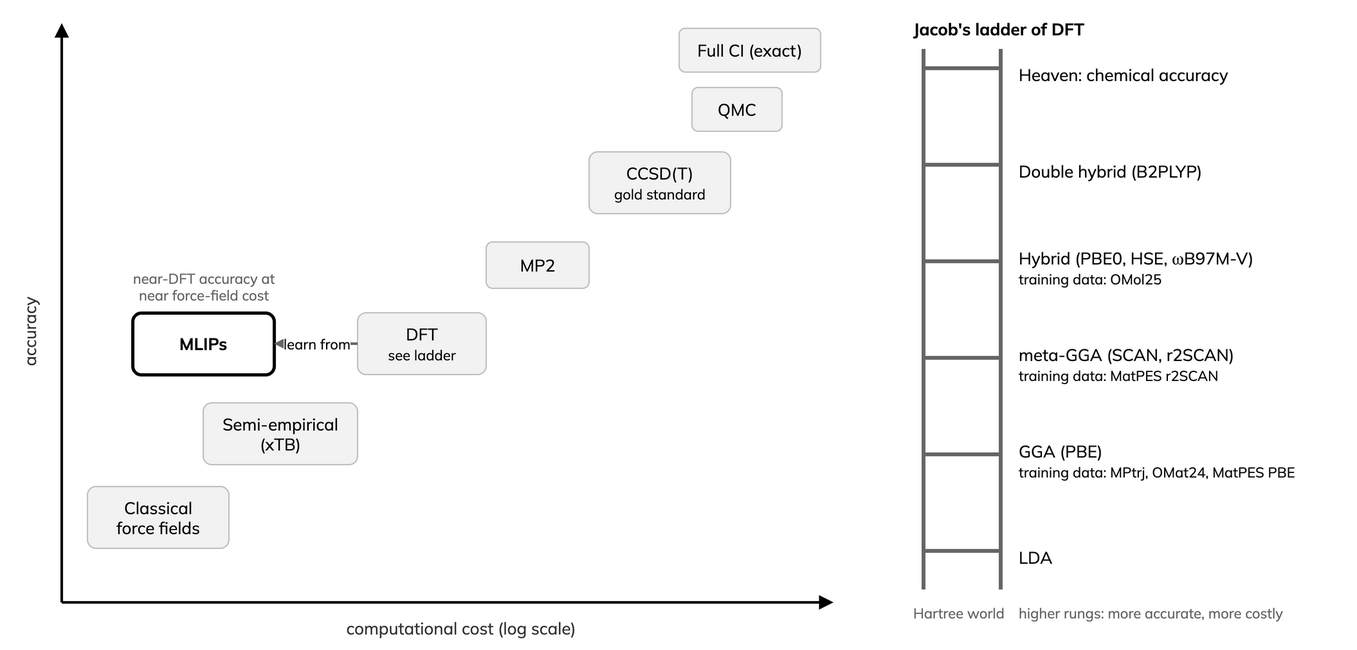
The draw.io diagram _static/accuracy-ladder.drawio.png in ENCCS/mlip-hands-on, before a commit. Source tidied: cells renumbered, new cells last; positions are measured from the earlier drawing's top-left corner, leaving out a move shared by most shapes. Its diagram source:
```xml
<mxGraphModel>
  <root>
    <mxCell id="0" />
    <mxCell id="1" parent="0" />
    <mxCell id="2" style="endArrow=block;endFill=1;strokeColor=#000000;strokeWidth=2;html=1;" parent="1" edge="1">
      <mxGeometry relative="1" as="geometry">
        <mxPoint x="40" y="460" as="sourcePoint" />
        <mxPoint x="40" y="10" as="targetPoint" />
      </mxGeometry>
    </mxCell>
    <mxCell id="3" style="endArrow=block;endFill=1;strokeColor=#000000;strokeWidth=2;html=1;" parent="1" edge="1">
      <mxGeometry relative="1" as="geometry">
        <mxPoint x="40" y="460" as="sourcePoint" />
        <mxPoint x="640" y="460" as="targetPoint" />
      </mxGeometry>
    </mxCell>
    <mxCell id="4" value="accuracy" style="text;html=1;horizontal=0;align=center;verticalAlign=middle;fontColor=#333333;fontFamily=Mulish;fontSize=13;" parent="1" vertex="1">
      <mxGeometry y="190" width="30" height="120" as="geometry" />
    </mxCell>
    <mxCell id="5" value="computational cost (log scale)" style="text;html=1;align=center;verticalAlign=middle;fontColor=#333333;fontFamily=Mulish;fontSize=13;" parent="1" vertex="1">
      <mxGeometry x="220" y="468" width="260" height="24" as="geometry" />
    </mxCell>
    <mxCell id="6" value="Classical&lt;br&gt;force fields" style="rounded=1;arcSize=14;whiteSpace=wrap;html=1;fillColor=#F2F2F2;strokeColor=#BFBFBF;align=center;fontFamily=Mulish;fontSize=13;" parent="1" vertex="1">
      <mxGeometry x="60" y="370" width="110" height="48" as="geometry" />
    </mxCell>
    <mxCell id="7" value="Semi-empirical&lt;br&gt;(xTB)" style="rounded=1;arcSize=14;whiteSpace=wrap;html=1;fillColor=#F2F2F2;strokeColor=#BFBFBF;align=center;fontFamily=Mulish;fontSize=13;" parent="1" vertex="1">
      <mxGeometry x="150" y="305" width="120" height="48" as="geometry" />
    </mxCell>
    <mxCell id="8" value="DFT&lt;br&gt;&lt;span style='font-size:11px'&gt;see ladder&lt;/span&gt;" style="rounded=1;arcSize=14;whiteSpace=wrap;html=1;fillColor=#F2F2F2;strokeColor=#BFBFBF;align=center;fontFamily=Mulish;fontSize=13;" parent="1" vertex="1">
      <mxGeometry x="270" y="235" width="100" height="48" as="geometry" />
    </mxCell>
    <mxCell id="9" value="MP2" style="rounded=1;arcSize=14;whiteSpace=wrap;html=1;fillColor=#F2F2F2;strokeColor=#BFBFBF;align=center;fontFamily=Mulish;fontSize=13;" parent="1" vertex="1">
      <mxGeometry x="370" y="180" width="80" height="36" as="geometry" />
    </mxCell>
    <mxCell id="10" value="CCSD(T)&lt;br&gt;&lt;span style='font-size:11px'&gt;gold standard&lt;/span&gt;" style="rounded=1;arcSize=14;whiteSpace=wrap;html=1;fillColor=#F2F2F2;strokeColor=#BFBFBF;align=center;fontFamily=Mulish;fontSize=13;" parent="1" vertex="1">
      <mxGeometry x="450" y="110" width="110" height="48" as="geometry" />
    </mxCell>
    <mxCell id="11" value="QMC" style="rounded=1;arcSize=14;whiteSpace=wrap;html=1;fillColor=#F2F2F2;strokeColor=#BFBFBF;align=center;fontFamily=Mulish;fontSize=13;" parent="1" vertex="1">
      <mxGeometry x="530" y="60" width="70" height="34" as="geometry" />
    </mxCell>
    <mxCell id="12" value="Full CI (exact)" style="rounded=1;arcSize=14;whiteSpace=wrap;html=1;fillColor=#F2F2F2;strokeColor=#BFBFBF;align=center;fontFamily=Mulish;fontSize=13;" parent="1" vertex="1">
      <mxGeometry x="520" y="14" width="110" height="34" as="geometry" />
    </mxCell>
    <mxCell id="13" value="MLIPs" style="rounded=1;arcSize=14;whiteSpace=wrap;html=1;fillColor=#FFFFFF;strokeColor=#000000;strokeWidth=2.5;fontStyle=1;align=center;fontFamily=Mulish;fontSize=13;" parent="1" vertex="1">
      <mxGeometry x="95" y="235" width="110" height="48" as="geometry" />
    </mxCell>
    <mxCell id="14" value="learn from" style="endArrow=block;endFill=1;strokeColor=#666666;strokeWidth=2;dashed=1;html=1;fontSize=11;fontFamily=Mulish;" parent="1" edge="1">
      <mxGeometry relative="1" as="geometry">
        <mxPoint x="270" y="259" as="sourcePoint" />
        <mxPoint x="205" y="259" as="targetPoint" />
      </mxGeometry>
    </mxCell>
    <mxCell id="15" value="near-DFT accuracy at&lt;br&gt;near force-field cost" style="text;html=1;align=center;fontSize=11;fontColor=#666666;fontFamily=Mulish;" parent="1" vertex="1">
      <mxGeometry x="75" y="195" width="150" height="36" as="geometry" />
    </mxCell>
    <mxCell id="16" value="Jacob's ladder of DFT" style="text;html=1;align=left;fontStyle=1;fontFamily=Mulish;fontSize=13;" parent="1" vertex="1">
      <mxGeometry x="700" width="330" height="24" as="geometry" />
    </mxCell>
    <mxCell id="17" style="endArrow=none;strokeColor=#666666;strokeWidth=3;" parent="1" edge="1">
      <mxGeometry relative="1" as="geometry">
        <mxPoint x="710" y="30" as="sourcePoint" />
        <mxPoint x="710" y="450" as="targetPoint" />
      </mxGeometry>
    </mxCell>
    <mxCell id="18" style="endArrow=none;strokeColor=#666666;strokeWidth=3;" parent="1" edge="1">
      <mxGeometry relative="1" as="geometry">
        <mxPoint x="770" y="30" as="sourcePoint" />
        <mxPoint x="770" y="450" as="targetPoint" />
      </mxGeometry>
    </mxCell>
    <mxCell id="19" style="endArrow=none;strokeColor=#666666;strokeWidth=3;" parent="1" edge="1">
      <mxGeometry relative="1" as="geometry">
        <mxPoint x="710" y="45" as="sourcePoint" />
        <mxPoint x="770" y="45" as="targetPoint" />
      </mxGeometry>
    </mxCell>
    <mxCell id="20" value="Heaven: chemical accuracy" style="text;html=1;align=left;verticalAlign=middle;fontFamily=Mulish;fontSize=13;" parent="1" vertex="1">
      <mxGeometry x="782" y="30" width="260" height="40" as="geometry" />
    </mxCell>
    <mxCell id="21" style="endArrow=none;strokeColor=#666666;strokeWidth=3;" parent="1" edge="1">
      <mxGeometry relative="1" as="geometry">
        <mxPoint x="710" y="120" as="sourcePoint" />
        <mxPoint x="770" y="120" as="targetPoint" />
      </mxGeometry>
    </mxCell>
    <mxCell id="22" value="Double hybrid (B2PLYP)" style="text;html=1;align=left;verticalAlign=middle;fontFamily=Mulish;fontSize=13;" parent="1" vertex="1">
      <mxGeometry x="782" y="105" width="260" height="40" as="geometry" />
    </mxCell>
    <mxCell id="23" style="endArrow=none;strokeColor=#666666;strokeWidth=3;" parent="1" edge="1">
      <mxGeometry relative="1" as="geometry">
        <mxPoint x="710" y="195" as="sourcePoint" />
        <mxPoint x="770" y="195" as="targetPoint" />
      </mxGeometry>
    </mxCell>
    <mxCell id="24" value="Hybrid (PBE0, HSE, ωB97M-V)&lt;br&gt;&lt;span style='font-size:11px;color:#000000'&gt;training data: OMol25&lt;/span&gt;" style="text;html=1;align=left;verticalAlign=middle;fontFamily=Mulish;fontSize=13;" parent="1" vertex="1">
      <mxGeometry x="782" y="180" width="260" height="40" as="geometry" />
    </mxCell>
    <mxCell id="25" style="endArrow=none;strokeColor=#666666;strokeWidth=3;" parent="1" edge="1">
      <mxGeometry relative="1" as="geometry">
        <mxPoint x="710" y="270" as="sourcePoint" />
        <mxPoint x="770" y="270" as="targetPoint" />
      </mxGeometry>
    </mxCell>
    <mxCell id="26" value="meta-GGA (SCAN, r2SCAN)&lt;br&gt;&lt;span style='font-size:11px;color:#000000'&gt;training data: MatPES r2SCAN&lt;/span&gt;" style="text;html=1;align=left;verticalAlign=middle;fontFamily=Mulish;fontSize=13;" parent="1" vertex="1">
      <mxGeometry x="782" y="255" width="260" height="40" as="geometry" />
    </mxCell>
    <mxCell id="27" style="endArrow=none;strokeColor=#666666;strokeWidth=3;" parent="1" edge="1">
      <mxGeometry relative="1" as="geometry">
        <mxPoint x="710" y="345" as="sourcePoint" />
        <mxPoint x="770" y="345" as="targetPoint" />
      </mxGeometry>
    </mxCell>
    <mxCell id="28" value="GGA (PBE)&lt;br&gt;&lt;span style='font-size:11px;color:#000000'&gt;training data: MPtrj, OMat24, MatPES PBE&lt;/span&gt;" style="text;html=1;align=left;verticalAlign=middle;fontFamily=Mulish;fontSize=13;" parent="1" vertex="1">
      <mxGeometry x="782" y="330" width="260" height="40" as="geometry" />
    </mxCell>
    <mxCell id="29" style="endArrow=none;strokeColor=#666666;strokeWidth=3;" parent="1" edge="1">
      <mxGeometry relative="1" as="geometry">
        <mxPoint x="710" y="420" as="sourcePoint" />
        <mxPoint x="770" y="420" as="targetPoint" />
      </mxGeometry>
    </mxCell>
    <mxCell id="30" value="LDA" style="text;html=1;align=left;verticalAlign=middle;fontFamily=Mulish;fontSize=13;" parent="1" vertex="1">
      <mxGeometry x="782" y="405" width="260" height="40" as="geometry" />
    </mxCell>
    <mxCell id="31" value="Hartree world" style="text;html=1;align=left;fontSize=11;fontColor=#666666;fontFamily=Mulish;" parent="1" vertex="1">
      <mxGeometry x="700" y="455" width="120" height="22" as="geometry" />
    </mxCell>
    <mxCell id="32" value="higher rungs: more accurate, more costly" style="text;html=1;align=left;fontSize=11;fontColor=#666666;fontFamily=Mulish;" parent="1" vertex="1">
      <mxGeometry x="782" y="455" width="260" height="22" as="geometry" />
    </mxCell>
  </root>
</mxGraphModel>
```
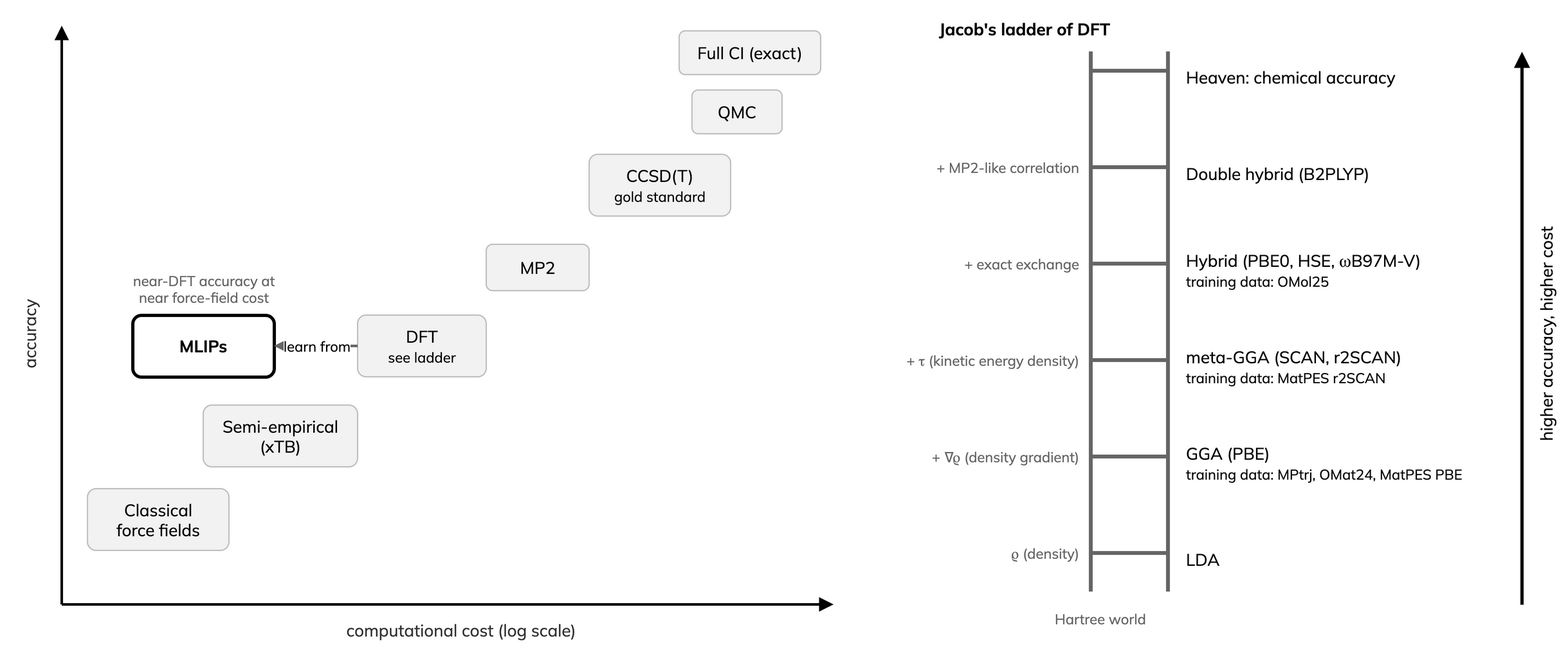
After the change.

Commit message:
Add accuracy arrow and rung ingredients to ladder

What changed in the source:
```diff
@@ -54,79 +54,100 @@
       <mxGeometry x="75" y="195" width="150" height="36" as="geometry" />
     </mxCell>
     <mxCell id="16" value="Jacob's ladder of DFT" style="text;html=1;align=left;fontStyle=1;fontFamily=Mulish;fontSize=13;" parent="1" vertex="1">
-      <mxGeometry x="700" width="330" height="24" as="geometry" />
+      <mxGeometry x="720" y="-2" width="330" height="24" as="geometry" />
     </mxCell>
     <mxCell id="17" style="endArrow=none;strokeColor=#666666;strokeWidth=3;" parent="1" edge="1">
       <mxGeometry relative="1" as="geometry">
-        <mxPoint x="710" y="30" as="sourcePoint" />
-        <mxPoint x="710" y="450" as="targetPoint" />
+        <mxPoint x="840" y="30" as="sourcePoint" />
+        <mxPoint x="840" y="450" as="targetPoint" />
       </mxGeometry>
     </mxCell>
     <mxCell id="18" style="endArrow=none;strokeColor=#666666;strokeWidth=3;" parent="1" edge="1">
       <mxGeometry relative="1" as="geometry">
-        <mxPoint x="770" y="30" as="sourcePoint" />
-        <mxPoint x="770" y="450" as="targetPoint" />
+        <mxPoint x="900" y="30" as="sourcePoint" />
+        <mxPoint x="900" y="450" as="targetPoint" />
       </mxGeometry>
     </mxCell>
     <mxCell id="19" style="endArrow=none;strokeColor=#666666;strokeWidth=3;" parent="1" edge="1">
       <mxGeometry relative="1" as="geometry">
-        <mxPoint x="710" y="45" as="sourcePoint" />
-        <mxPoint x="770" y="45" as="targetPoint" />
+        <mxPoint x="840" y="45" as="sourcePoint" />
+        <mxPoint x="900" y="45" as="targetPoint" />
       </mxGeometry>
     </mxCell>
     <mxCell id="20" value="Heaven: chemical accuracy" style="text;html=1;align=left;verticalAlign=middle;fontFamily=Mulish;fontSize=13;" parent="1" vertex="1">
-      <mxGeometry x="782" y="30" width="260" height="40" as="geometry" />
+      <mxGeometry x="912" y="30" width="250" height="40" as="geometry" />
     </mxCell>
     <mxCell id="21" style="endArrow=none;strokeColor=#666666;strokeWidth=3;" parent="1" edge="1">
       <mxGeometry relative="1" as="geometry">
-        <mxPoint x="710" y="120" as="sourcePoint" />
-        <mxPoint x="770" y="120" as="targetPoint" />
+        <mxPoint x="840" y="120" as="sourcePoint" />
+        <mxPoint x="900" y="120" as="targetPoint" />
       </mxGeometry>
     </mxCell>
     <mxCell id="22" value="Double hybrid (B2PLYP)" style="text;html=1;align=left;verticalAlign=middle;fontFamily=Mulish;fontSize=13;" parent="1" vertex="1">
-      <mxGeometry x="782" y="105" width="260" height="40" as="geometry" />
+      <mxGeometry x="912" y="105" width="250" height="40" as="geometry" />
     </mxCell>
+    <mxCell id="33" value="+ MP2-like correlation" style="text;html=1;align=right;verticalAlign=middle;fontSize=11;fontColor=#666666;fontFamily=Mulish;" parent="1" vertex="1">
+      <mxGeometry x="680" y="105" width="152" height="30" as="geometry" />
+    </mxCell>
     <mxCell id="23" style="endArrow=none;strokeColor=#666666;strokeWidth=3;" parent="1" edge="1">
       <mxGeometry relative="1" as="geometry">
-        <mxPoint x="710" y="195" as="sourcePoint" />
-        <mxPoint x="770" y="195" as="targetPoint" />
+        <mxPoint x="840" y="195" as="sourcePoint" />
+        <mxPoint x="900" y="195" as="targetPoint" />
       </mxGeometry>
     </mxCell>
     <mxCell id="24" value="Hybrid (PBE0, HSE, ωB97M-V)&lt;br&gt;&lt;span style='font-size:11px;color:#000000'&gt;training data: OMol25&lt;/span&gt;" style="text;html=1;align=left;verticalAlign=middle;fontFamily=Mulish;fontSize=13;" parent="1" vertex="1">
-      <mxGeometry x="782" y="180" width="260" height="40" as="geometry" />
+      <mxGeometry x="912" y="180" width="250" height="40" as="geometry" />
     </mxCell>
+    <mxCell id="34" value="+ exact exchange" style="text;html=1;align=right;verticalAlign=middle;fontSize=11;fontColor=#666666;fontFamily=Mulish;" parent="1" vertex="1">
+      <mxGeometry x="680" y="180" width="152" height="30" as="geometry" />
+    </mxCell>
     <mxCell id="25" style="endArrow=none;strokeColor=#666666;strokeWidth=3;" parent="1" edge="1">
       <mxGeometry relative="1" as="geometry">
-        <mxPoint x="710" y="270" as="sourcePoint" />
-        <mxPoint x="770" y="270" as="targetPoint" />
+        <mxPoint x="840" y="270" as="sourcePoint" />
+        <mxPoint x="900" y="270" as="targetPoint" />
       </mxGeometry>
     </mxCell>
     <mxCell id="26" value="meta-GGA (SCAN, r2SCAN)&lt;br&gt;&lt;span style='font-size:11px;color:#000000'&gt;training data: MatPES r2SCAN&lt;/span&gt;" style="text;html=1;align=left;verticalAlign=middle;fontFamily=Mulish;fontSize=13;" parent="1" vertex="1">
-      <mxGeometry x="782" y="255" width="260" height="40" as="geometry" />
+      <mxGeometry x="912" y="255" width="250" height="40" as="geometry" />
     </mxCell>
+    <mxCell id="35" value="+ τ (kinetic energy density)" style="text;html=1;align=right;verticalAlign=middle;fontSize=11;fontColor=#666666;fontFamily=Mulish;" parent="1" vertex="1">
+      <mxGeometry x="680" y="255" width="152" height="30" as="geometry" />
+    </mxCell>
     <mxCell id="27" style="endArrow=none;strokeColor=#666666;strokeWidth=3;" parent="1" edge="1">
       <mxGeometry relative="1" as="geometry">
-        <mxPoint x="710" y="345" as="sourcePoint" />
-        <mxPoint x="770" y="345" as="targetPoint" />
+        <mxPoint x="840" y="345" as="sourcePoint" />
+        <mxPoint x="900" y="345" as="targetPoint" />
       </mxGeometry>
     </mxCell>
     <mxCell id="28" value="GGA (PBE)&lt;br&gt;&lt;span style='font-size:11px;color:#000000'&gt;training data: MPtrj, OMat24, MatPES PBE&lt;/span&gt;" style="text;html=1;align=left;verticalAlign=middle;fontFamily=Mulish;fontSize=13;" parent="1" vertex="1">
-      <mxGeometry x="782" y="330" width="260" height="40" as="geometry" />
+      <mxGeometry x="912" y="330" width="250" height="40" as="geometry" />
     </mxCell>
+    <mxCell id="36" value="+ ∇ρ (density gradient)" style="text;html=1;align=right;verticalAlign=middle;fontSize=11;fontColor=#666666;fontFamily=Mulish;" parent="1" vertex="1">
+      <mxGeometry x="680" y="330" width="152" height="30" as="geometry" />
+    </mxCell>
     <mxCell id="29" style="endArrow=none;strokeColor=#666666;strokeWidth=3;" parent="1" edge="1">
       <mxGeometry relative="1" as="geometry">
-        <mxPoint x="710" y="420" as="sourcePoint" />
-        <mxPoint x="770" y="420" as="targetPoint" />
+        <mxPoint x="840" y="420" as="sourcePoint" />
+        <mxPoint x="900" y="420" as="targetPoint" />
       </mxGeometry>
     </mxCell>
     <mxCell id="30" value="LDA" style="text;html=1;align=left;verticalAlign=middle;fontFamily=Mulish;fontSize=13;" parent="1" vertex="1">
-      <mxGeometry x="782" y="405" width="260" height="40" as="geometry" />
+      <mxGeometry x="912" y="405" width="250" height="40" as="geometry" />
     </mxCell>
+    <mxCell id="37" value="ρ (density)" style="text;html=1;align=right;verticalAlign=middle;fontSize=11;fontColor=#666666;fontFamily=Mulish;" parent="1" vertex="1">
+      <mxGeometry x="680" y="405" width="152" height="30" as="geometry" />
+    </mxCell>
     <mxCell id="31" value="Hartree world" style="text;html=1;align=left;fontSize=11;fontColor=#666666;fontFamily=Mulish;" parent="1" vertex="1">
-      <mxGeometry x="700" y="455" width="120" height="22" as="geometry" />
+      <mxGeometry x="810" y="458" width="120" height="22" as="geometry" />
     </mxCell>
-    <mxCell id="32" value="higher rungs: more accurate, more costly" style="text;html=1;align=left;fontSize=11;fontColor=#666666;fontFamily=Mulish;" parent="1" vertex="1">
-      <mxGeometry x="782" y="455" width="260" height="22" as="geometry" />
-    </mxCell>
+    <mxCell id="38" style="endArrow=block;endFill=1;strokeColor=#000000;strokeWidth=2.5;html=1;" parent="1" edge="1">
+      <mxGeometry relative="1" as="geometry">
+        <mxPoint x="1175" y="460" as="sourcePoint" />
+        <mxPoint x="1175" y="30" as="targetPoint" />
+      </mxGeometry>
+    </mxCell>
+    <mxCell id="39" value="higher accuracy, higher cost" style="text;html=1;horizontal=0;align=center;verticalAlign=middle;fontColor=#000000;fontFamily=Mulish;fontSize=13;" parent="1" vertex="1">
+      <mxGeometry x="1182" y="140" width="24" height="220" as="geometry" />
+    </mxCell>
   </root>
 </mxGraphModel>
```
